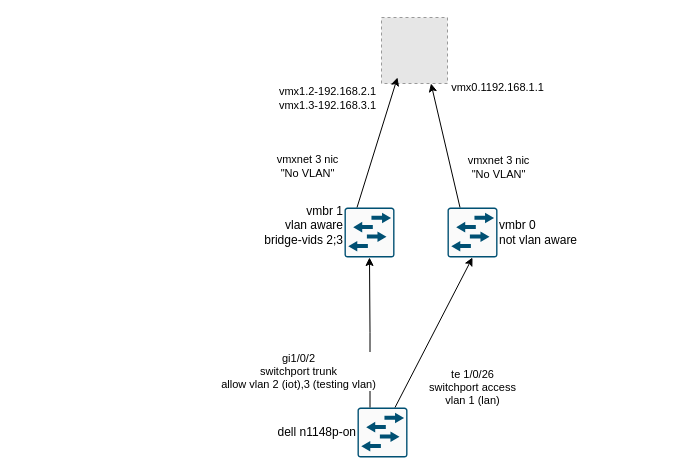
Before: Untitled Diagram.drawio in Lhtrf/drawio, a draw.io diagram. Source tidied: cells renumbered, new cells numbered last; positions are measured from the earlier drawing's top-left corner, leaving out a move shared by most shapes. Both pictures are drawn from the tidied source at 100%, with x=0, y=0 at pixel (344, 17). Pictures stored in the file or linked from it are replaced by grey dashed boxes.
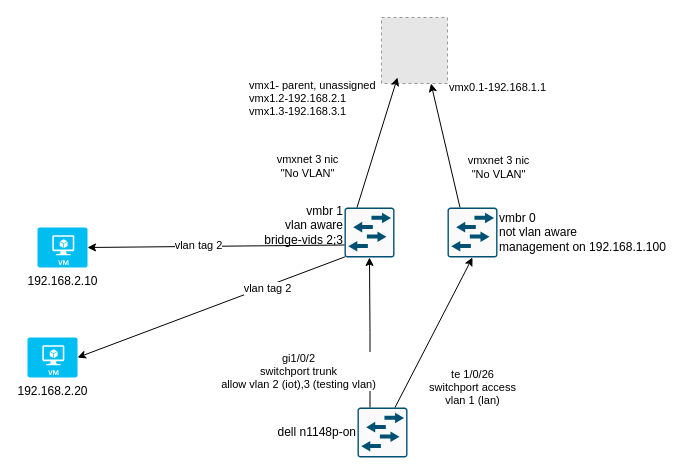
After the change.

The change refers to these unchanged cells:
```xml
<mxCell id="3" value="vmbr 1&lt;br&gt;vlan aware&lt;br&gt;bridge-vids 2;3&lt;div&gt;&lt;br&gt;&lt;/div&gt;" style="sketch=0;points=[[0.015,0.015,0],[0.985,0.015,0],[0.985,0.985,0],[0.015,0.985,0],[0.25,0,0],[0.5,0,0],[0.75,0,0],[1,0.25,0],[1,0.5,0],[1,0.75,0],[0.75,1,0],[0.5,1,0],[0.25,1,0],[0,0.75,0],[0,0.5,0],[0,0.25,0]];verticalLabelPosition=middle;html=1;verticalAlign=middle;align=right;shape=mxgraph.cisco19.rect;prIcon=l2_switch;fillColor=#FAFAFA;strokeColor=#005073;labelPosition=left;" parent="1" vertex="1">
  <mxGeometry y="190" width="50" height="50" as="geometry" />
</mxCell>
<mxCell id="10" style="rounded=0;jettySize=auto;html=1;exitX=0.25;exitY=0;exitDx=0;exitDy=0;exitPerimeter=0;entryX=0.242;entryY=0.909;entryDx=0;entryDy=0;entryPerimeter=0;" parent="1" edge="1" source="3" target="2">
  <mxGeometry relative="1" as="geometry" />
</mxCell>
<mxCell id="13" style="rounded=0;jettySize=auto;html=1;exitX=0.25;exitY=0;exitDx=0;exitDy=0;exitPerimeter=0;entryX=0.75;entryY=1;entryDx=0;entryDy=0;" parent="1" edge="1" source="7" target="2">
  <mxGeometry relative="1" as="geometry" />
</mxCell>
```

The edit, as a diff of the source:
```diff
@@
-    <mxCell id="7" value="vmbr 0&lt;br&gt;not vlan aware" style="sketch=0;points=[[0.015,0.015,0],[0.985,0.015,0],[0.985,0.985,0],[0.015,0.985,0],[0.25,0,0],[0.5,0,0],[0.75,0,0],[1,0.25,0],[1,0.5,0],[1,0.75,0],[0.75,1,0],[0.5,1,0],[0.25,1,0],[0,0.75,0],[0,0.5,0],[0,0.25,0]];verticalLabelPosition=middle;html=1;verticalAlign=middle;align=left;shape=mxgraph.cisco19.rect;prIcon=l2_switch;fillColor=#FAFAFA;strokeColor=#005073;labelPosition=right;" parent="1" vertex="1">
+    <mxCell id="7" value="vmbr 0&lt;br&gt;not vlan aware&lt;br&gt;management on 192.168.1.100" style="sketch=0;points=[[0.015,0.015,0],[0.985,0.015,0],[0.985,0.985,0],[0.015,0.985,0],[0.25,0,0],[0.5,0,0],[0.75,0,0],[1,0.25,0],[1,0.5,0],[1,0.75,0],[0.75,1,0],[0.5,1,0],[0.25,1,0],[0,0.75,0],[0,0.5,0],[0,0.25,0]];verticalLabelPosition=middle;html=1;verticalAlign=middle;align=left;shape=mxgraph.cisco19.rect;prIcon=l2_switch;fillColor=#FAFAFA;strokeColor=#005073;labelPosition=right;" parent="1" vertex="1">
       <mxGeometry x="103" y="190" width="50" height="50" as="geometry" />
     </mxCell>
@@
-    <mxCell id="12" value="vmx1.2-192.168.2.1&lt;br&gt;vmx1.3-192.168.3.1" style="edgeLabel;html=1;align=center;verticalAlign=middle;" parent="10" vertex="1">
+    <mxCell id="12" value="&lt;div align=&quot;left&quot;&gt;vmx1- parent, unassigned&lt;br&gt;vmx1.2-192.168.2.1&lt;br&gt;vmx1.3-192.168.3.1&lt;/div&gt;" style="edgeLabel;html=1;align=left;verticalAlign=middle;" parent="10" vertex="1">
       <mxGeometry x="0.45" y="1" relative="1" as="geometry">
-        <mxPoint x="-58" y="-15" as="offset" />
+        <mxPoint x="-138" y="-15" as="offset" />
       </mxGeometry>
     </mxCell>
@@
-    <mxCell id="15" value="vmx0.1192.168.1.1" style="edgeLabel;html=1;align=center;verticalAlign=middle;" parent="13" vertex="1">
+    <mxCell id="15" value="vmx0.1-192.168.1.1" style="edgeLabel;html=1;align=center;verticalAlign=middle;" parent="13" vertex="1">
       <mxGeometry x="0.49" relative="1" as="geometry">
         <mxPoint x="59" y="-28" as="offset" />
       </mxGeometry>
     </mxCell>
+    <mxCell id="16" value="192.168.2.10" style="verticalLabelPosition=bottom;html=1;verticalAlign=top;align=center;strokeColor=none;fillColor=#00BEF2;shape=mxgraph.azure.virtual_machine;" parent="1" vertex="1">
+      <mxGeometry x="-307" y="210" width="50" height="40" as="geometry" />
+    </mxCell>
+    <mxCell id="17" value="192.168.2.20" style="verticalLabelPosition=bottom;html=1;verticalAlign=top;align=center;strokeColor=none;fillColor=#00BEF2;shape=mxgraph.azure.virtual_machine;" parent="1" vertex="1">
+      <mxGeometry x="-317" y="320" width="50" height="40" as="geometry" />
+    </mxCell>
+    <mxCell id="18" style="rounded=0;jettySize=auto;html=1;exitX=0.015;exitY=0.985;exitDx=0;exitDy=0;exitPerimeter=0;entryX=1;entryY=0.5;entryDx=0;entryDy=0;entryPerimeter=0;" parent="1" edge="1" source="3" target="17">
+      <mxGeometry relative="1" as="geometry" />
+    </mxCell>
+    <mxCell id="19" value="vlan tag 2" style="edgeLabel;html=1;align=center;verticalAlign=middle;" parent="18" vertex="1">
+      <mxGeometry x="0.47" y="2" relative="1" as="geometry">
+        <mxPoint x="118" y="-45" as="offset" />
+      </mxGeometry>
+    </mxCell>
+    <mxCell id="20" style="rounded=0;jettySize=auto;html=1;exitX=0;exitY=0.75;exitDx=0;exitDy=0;exitPerimeter=0;entryX=1;entryY=0.5;entryDx=0;entryDy=0;entryPerimeter=0;" parent="1" edge="1" source="3" target="16">
+      <mxGeometry relative="1" as="geometry" />
+    </mxCell>
+    <mxCell id="21" value="vlan tag 2" style="edgeLabel;html=1;align=center;verticalAlign=middle;" parent="20" vertex="1">
+      <mxGeometry x="0.55" y="2" relative="1" as="geometry">
+        <mxPoint x="52" y="-4" as="offset" />
+      </mxGeometry>
+    </mxCell>
```
